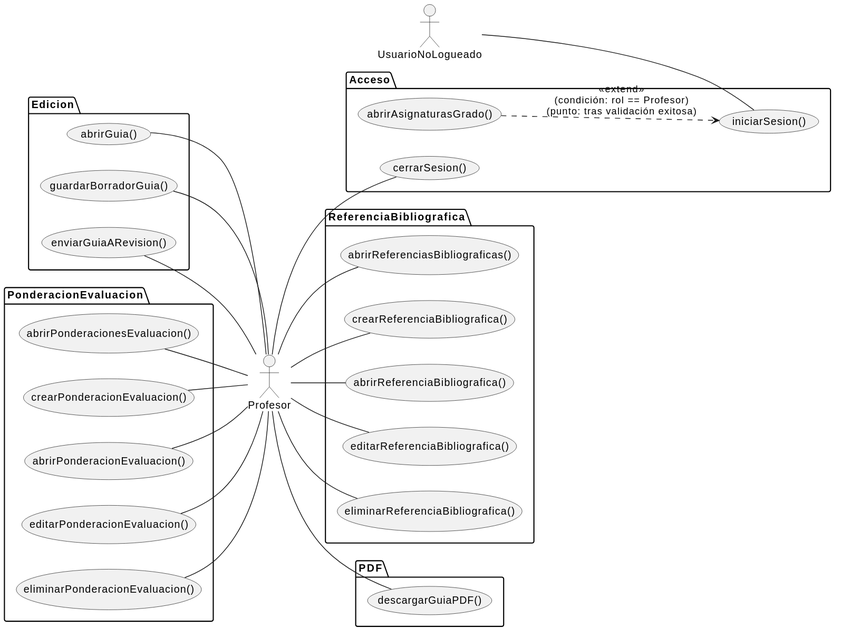
Above: images/RUP/01-requisitos/01-actores-casos-uso/actoresCasosUsoProfesor.svg in mmasias/pyCeldaPublico (PlantUML), before the change.
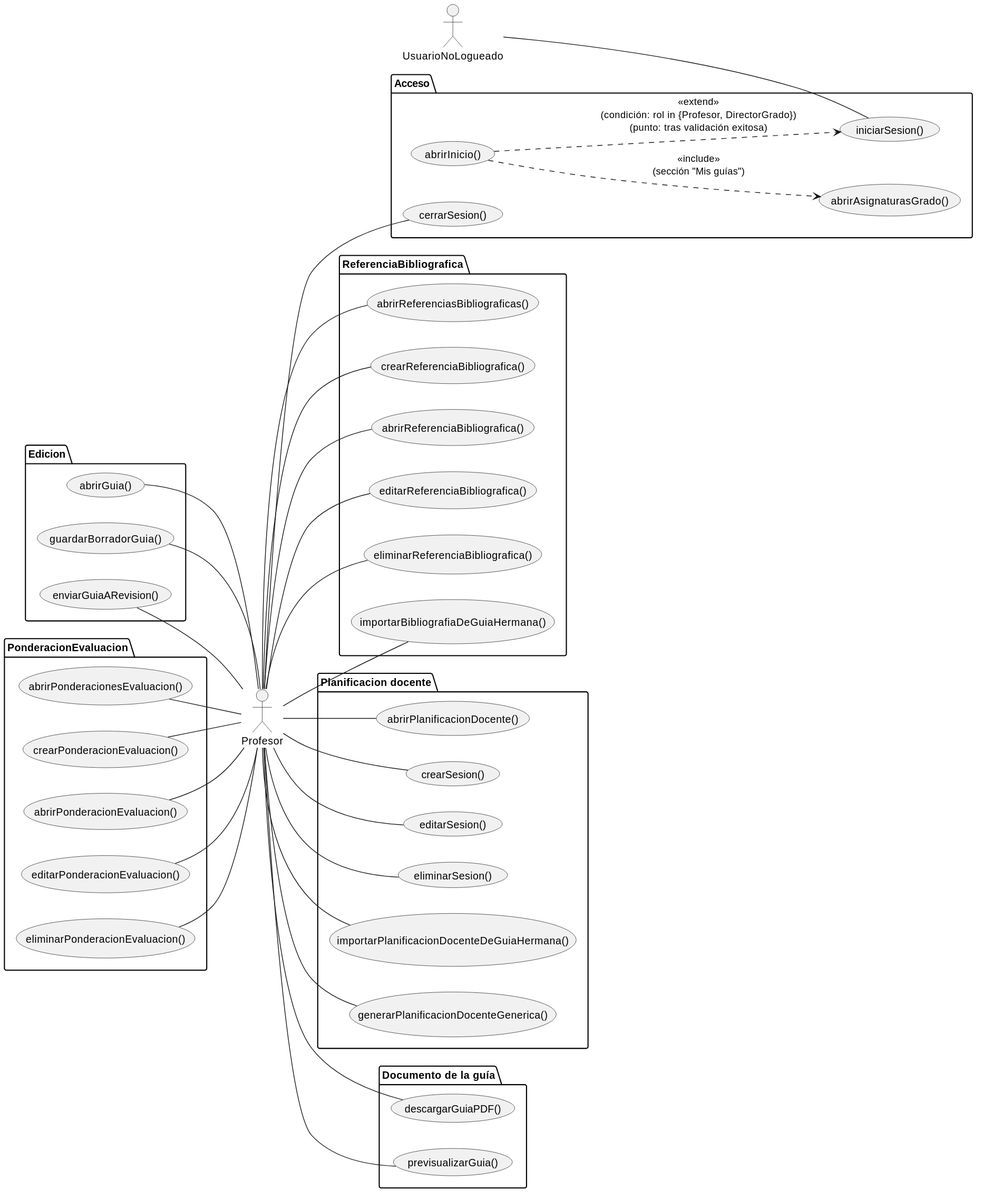
The same file after the commit.

The edit, as a diff of the source:
```diff
@@ -8,12 +8,14 @@
 package Acceso {
   usecase iniciarSesion as "iniciarSesion()"
   usecase cerrarSesion as "cerrarSesion()"
+  usecase abrirInicio as "abrirInicio()"
   usecase abrirAsignaturasGrado as "abrirAsignaturasGrado()"
 }
 
 UsuarioNoLogueado -- iniciarSesion
 Profesor -- cerrarSesion
-abrirAsignaturasGrado ..> iniciarSesion : <<extend>>\n(condición: rol == Profesor)\n(punto: tras validación exitosa)
+abrirInicio ..> iniciarSesion : <<extend>>\n(condición: rol in {Profesor, DirectorGrado})\n(punto: tras validación exitosa)
+abrirInicio ..> abrirAsignaturasGrado : <<include>>\n(sección "Mis guías")
 
 package Edicion {
   usecase abrirGuia as "abrirGuia()"
@@ -35,10 +37,21 @@
   usecase abrirReferenciaBibliografica as "abrirReferenciaBibliografica()"
   usecase editarReferenciaBibliografica as "editarReferenciaBibliografica()"
   usecase eliminarReferenciaBibliografica as "eliminarReferenciaBibliografica()"
+  usecase importarBibliografiaDeGuiaHermana as "importarBibliografiaDeGuiaHermana()"
 }
 
-package PDF {
+package "Planificacion docente" {
+  usecase abrirPlanificacionDocente as "abrirPlanificacionDocente()"
+  usecase crearSesion as "crearSesion()"
+  usecase editarSesion as "editarSesion()"
+  usecase eliminarSesion as "eliminarSesion()"
+  usecase importarPlanificacionDocenteDeGuiaHermana as "importarPlanificacionDocenteDeGuiaHermana()"
+  usecase generarPlanificacionDocenteGenerica as "generarPlanificacionDocenteGenerica()"
+}
+
+package "Documento de la guía" {
   usecase descargarGuiaPDF as "descargarGuiaPDF()"
+  usecase previsualizarGuia as "previsualizarGuia()"
 }
 
 abrirGuia -- Profesor
@@ -46,6 +59,7 @@
 enviarGuiaARevision -- Profesor
 
 Profesor -- descargarGuiaPDF
+Profesor -- previsualizarGuia
 
 abrirPonderacionesEvaluacion -- Profesor
 crearPonderacionEvaluacion -- Profesor
@@ -58,4 +72,12 @@
 Profesor -- abrirReferenciaBibliografica
 Profesor -- editarReferenciaBibliografica
 Profesor -- eliminarReferenciaBibliografica
+Profesor -- importarBibliografiaDeGuiaHermana
+
+Profesor -- abrirPlanificacionDocente
+Profesor -- crearSesion
+Profesor -- editarSesion
+Profesor -- eliminarSesion
+Profesor -- importarPlanificacionDocenteDeGuiaHermana
+Profesor -- generarPlanificacionDocenteGenerica
 @enduml
```
